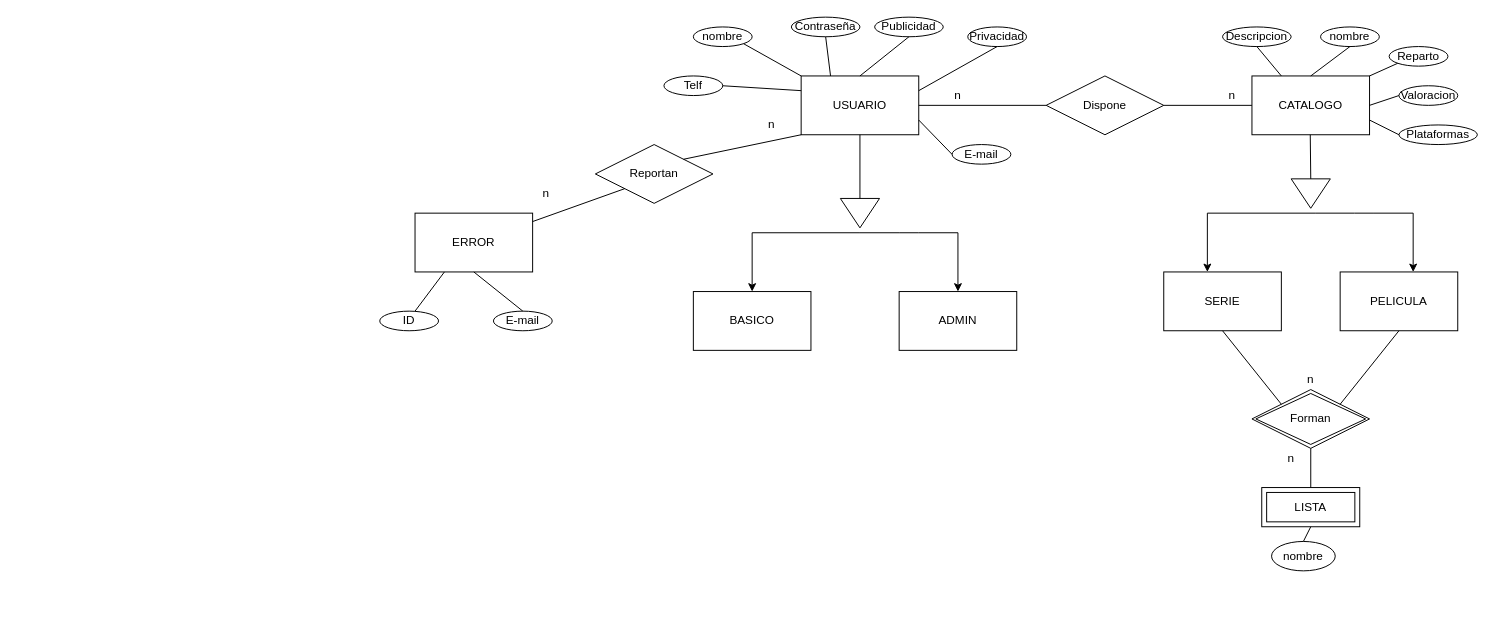
Before: BBDD/SF&Hub.drawio in Jorge-Pomo/S-F-Hub, a draw.io diagram. Source tidied: cells renumbered, new cells numbered last; positions are measured from the earlier drawing's top-left corner, leaving out a move shared by most shapes. Both pictures are drawn from the tidied source at 98%, with x=0, y=0 at pixel (379, 17).
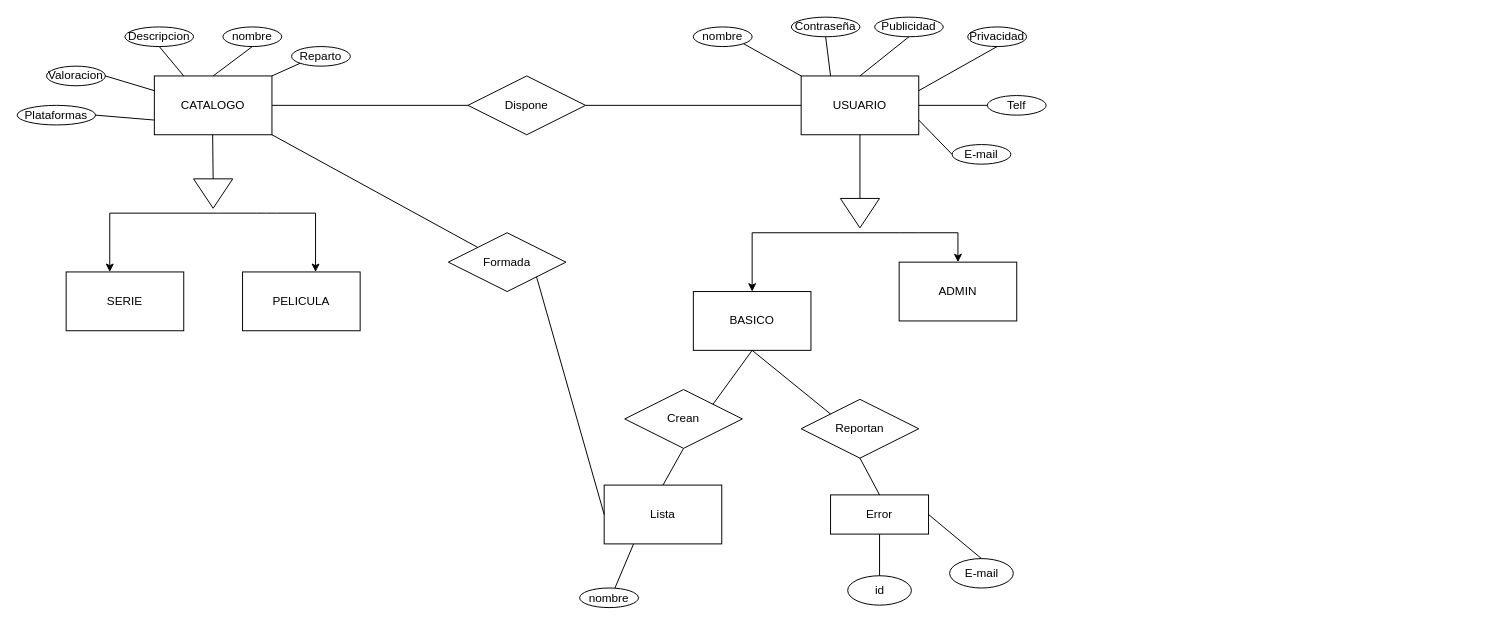
The same page after the edit.

Unchanged cells that the change refers to:
```xml
<mxCell id="2" value="USUARIO" style="rounded=0;whiteSpace=wrap;html=1;" parent="1" vertex="1">
  <mxGeometry x="430" y="60" width="120" height="60" as="geometry" />
</mxCell>
<mxCell id="30" value="BASICO" style="rounded=0;whiteSpace=wrap;html=1;" parent="1" vertex="1">
  <mxGeometry x="320" y="280" width="120" height="60" as="geometry" />
</mxCell>
```

The edit, as a diff of the source:
```diff
@@
     <mxCell id="6" value="CATALOGO" style="rounded=0;whiteSpace=wrap;html=1;" parent="1" vertex="1">
-      <mxGeometry x="890" y="60" width="120" height="60" as="geometry" />
+      <mxGeometry x="-230" y="60" width="120" height="60" as="geometry" />
     </mxCell>
-    <mxCell id="7" value="ERROR" style="rounded=0;whiteSpace=wrap;html=1;" parent="1" vertex="1">
-      <mxGeometry x="36" y="200" width="120" height="60" as="geometry" />
+    <mxCell id="7" value="Lista" style="rounded=0;whiteSpace=wrap;html=1;" parent="1" vertex="1">
+      <mxGeometry x="229" y="477.5" width="120" height="60" as="geometry" />
     </mxCell>
     <mxCell id="8" value="Plataformas" style="ellipse;whiteSpace=wrap;html=1;" parent="1" vertex="1">
-      <mxGeometry x="1040" y="110" width="80" height="20" as="geometry" />
+      <mxGeometry x="-370" y="90" width="80" height="20" as="geometry" />
     </mxCell>
     <mxCell id="9" value="Valoracion" style="ellipse;whiteSpace=wrap;html=1;" parent="1" vertex="1">
-      <mxGeometry x="1040" y="70" width="60" height="20" as="geometry" />
+      <mxGeometry x="-340" y="50" width="60" height="20" as="geometry" />
     </mxCell>
     <mxCell id="10" value="Reparto" style="ellipse;whiteSpace=wrap;html=1;" parent="1" vertex="1">
-      <mxGeometry x="1030" y="30" width="60" height="20" as="geometry" />
+      <mxGeometry x="-90" y="30" width="60" height="20" as="geometry" />
     </mxCell>
     <mxCell id="11" value="nombre" style="ellipse;whiteSpace=wrap;html=1;" parent="1" vertex="1">
-      <mxGeometry x="960" y="10" width="60" height="20" as="geometry" />
+      <mxGeometry x="-160" y="10" width="60" height="20" as="geometry" />
     </mxCell>
     <mxCell id="12" value="Descripcion" style="ellipse;whiteSpace=wrap;html=1;" parent="1" vertex="1">
-      <mxGeometry x="860" y="10" width="70" height="20" as="geometry" />
+      <mxGeometry x="-260" y="10" width="70" height="20" as="geometry" />
     </mxCell>
-    <mxCell id="13" value="E-mail" style="ellipse;whiteSpace=wrap;html=1;" parent="1" vertex="1">
-      <mxGeometry x="116" y="300" width="60" height="20" as="geometry" />
-    </mxCell>
-    <mxCell id="14" value="ID" style="ellipse;whiteSpace=wrap;html=1;" parent="1" vertex="1">
-      <mxGeometry y="300" width="60" height="20" as="geometry" />
+    <mxCell id="14" value="nombre" style="ellipse;whiteSpace=wrap;html=1;" parent="1" vertex="1">
+      <mxGeometry x="204" y="582.5" width="60" height="20" as="geometry" />
     </mxCell>
@@
     <mxCell id="17" value="Telf" style="ellipse;whiteSpace=wrap;html=1;" parent="1" vertex="1">
-      <mxGeometry x="290" y="60" width="60" height="20" as="geometry" />
+      <mxGeometry x="620" y="80" width="60" height="20" as="geometry" />
     </mxCell>
@@
-    <mxCell id="20" style="endArrow=none;html=1;exitX=1;exitY=0.5;exitDx=0;exitDy=0;entryX=0;entryY=0.25;entryDx=0;entryDy=0;" parent="1" edge="1" source="17" target="2">
-      <mxGeometry relative="1" as="geometry" />
-    </mxCell>
@@
-    <mxCell id="24" style="endArrow=none;html=1;exitX=0;exitY=0.5;exitDx=0;exitDy=0;entryX=1;entryY=0.75;entryDx=0;entryDy=0;" parent="1" edge="1" source="8" target="6">
-      <mxGeometry relative="1" as="geometry" />
-    </mxCell>
-    <mxCell id="25" style="endArrow=none;html=1;exitX=0;exitY=0.5;exitDx=0;exitDy=0;entryX=1;entryY=0.5;entryDx=0;entryDy=0;" parent="1" edge="1" source="9" target="6">
-      <mxGeometry relative="1" as="geometry" />
-    </mxCell>
@@
-    <mxCell id="28" style="endArrow=none;html=1;exitX=0.5;exitY=0;exitDx=0;exitDy=0;entryX=0.5;entryY=1;entryDx=0;entryDy=0;" parent="1" edge="1" source="13" target="7">
-      <mxGeometry relative="1" as="geometry" />
-    </mxCell>
     <mxCell id="29" style="endArrow=none;html=1;exitX=0.5;exitY=0;exitDx=0;exitDy=0;entryX=0.25;entryY=1;entryDx=0;entryDy=0;" parent="1" edge="1" target="7">
       <mxGeometry relative="1" as="geometry">
-        <mxPoint x="36" y="300" as="sourcePoint" />
+        <mxPoint x="240" y="582.5" as="sourcePoint" />
       </mxGeometry>
     </mxCell>
@@
     <mxCell id="31" value="ADMIN" style="rounded=0;whiteSpace=wrap;html=1;" parent="1" vertex="1">
-      <mxGeometry x="530" y="280" width="120" height="60" as="geometry" />
+      <mxGeometry x="530" y="250" width="120" height="60" as="geometry" />
     </mxCell>
@@
     <mxCell id="38" value="SERIE" style="rounded=0;whiteSpace=wrap;html=1;" parent="1" vertex="1">
-      <mxGeometry x="800" y="260" width="120" height="60" as="geometry" />
+      <mxGeometry x="-320" y="260" width="120" height="60" as="geometry" />
     </mxCell>
     <mxCell id="39" value="PELICULA" style="rounded=0;whiteSpace=wrap;html=1;" parent="1" vertex="1">
-      <mxGeometry x="980" y="260" width="120" height="60" as="geometry" />
+      <mxGeometry x="-140" y="260" width="120" height="60" as="geometry" />
     </mxCell>
     <mxCell id="40" style="endArrow=classic;html=1;entryX=0.5;entryY=0;entryDx=0;entryDy=0;" parent="1" edge="1">
       <mxGeometry relative="1" as="geometry">
-        <mxPoint x="1054.5" y="200" as="sourcePoint" />
-        <mxPoint x="1054.5" y="260" as="targetPoint" />
+        <mxPoint x="-65.5" y="200" as="sourcePoint" />
+        <mxPoint x="-65.5" y="260" as="targetPoint" />
       </mxGeometry>
     </mxCell>
     <mxCell id="41" style="endArrow=classic;html=1;entryX=0.5;entryY=0;entryDx=0;entryDy=0;" parent="1" edge="1">
       <mxGeometry relative="1" as="geometry">
-        <mxPoint x="844.5" y="200" as="sourcePoint" />
-        <mxPoint x="844.5" y="260" as="targetPoint" />
+        <mxPoint x="-275.5" y="200" as="sourcePoint" />
+        <mxPoint x="-275.5" y="260" as="targetPoint" />
       </mxGeometry>
     </mxCell>
     <mxCell id="42" style="endArrow=none;html=1;" parent="1" edge="1">
       <mxGeometry relative="1" as="geometry">
-        <mxPoint x="844.5" y="200" as="sourcePoint" />
-        <mxPoint x="954.5" y="200" as="targetPoint" />
+        <mxPoint x="-275.5" y="200" as="sourcePoint" />
+        <mxPoint x="-165.5" y="200" as="targetPoint" />
       </mxGeometry>
     </mxCell>
     <mxCell id="43" style="endArrow=none;html=1;" parent="1" edge="1">
       <mxGeometry relative="1" as="geometry">
-        <mxPoint x="954.5" y="200" as="sourcePoint" />
-        <mxPoint x="1054.5" y="200" as="targetPoint" />
+        <mxPoint x="-165.5" y="200" as="sourcePoint" />
+        <mxPoint x="-65.5" y="200" as="targetPoint" />
         <Array as="points">
-          <mxPoint x="1004.5" y="200" />
+          <mxPoint x="-115.5" y="200" />
         </Array>
       </mxGeometry>
     </mxCell>
     <mxCell id="44" style="triangle;whiteSpace=wrap;html=1;rotation=90;" parent="1" vertex="1">
-      <mxGeometry x="935" y="160" width="30" height="40" as="geometry" />
+      <mxGeometry x="-185" y="160" width="30" height="40" as="geometry" />
     </mxCell>
     <mxCell id="45" style="endArrow=none;html=1;exitX=0.5;exitY=1;exitDx=0;exitDy=0;entryX=0;entryY=0.5;entryDx=0;entryDy=0;" parent="1" edge="1" target="44">
       <mxGeometry relative="1" as="geometry">
-        <mxPoint x="949.5" y="120" as="sourcePoint" />
+        <mxPoint x="-170.5" y="120" as="sourcePoint" />
       </mxGeometry>
     </mxCell>
-    <mxCell id="46" value="LISTA" style="shape=ext;margin=3;double=1;whiteSpace=wrap;html=1;align=center;" parent="1" vertex="1">
-      <mxGeometry x="900" y="480" width="100" height="40" as="geometry" />
-    </mxCell>
-    <mxCell id="47" value="nombre" style="ellipse;whiteSpace=wrap;html=1;align=center;" parent="1" vertex="1">
-      <mxGeometry x="910" y="535" width="65" height="30" as="geometry" />
+    <mxCell id="47" value="id" style="ellipse;whiteSpace=wrap;html=1;align=center;" parent="1" vertex="1">
+      <mxGeometry x="477.5" y="570" width="65" height="30" as="geometry" />
     </mxCell>
-    <mxCell id="48" value="Forman" style="shape=rhombus;double=1;perimeter=rhombusPerimeter;whiteSpace=wrap;html=1;align=center;" parent="1" vertex="1">
-      <mxGeometry x="890" y="380" width="120" height="60" as="geometry" />
-    </mxCell>
-    <mxCell id="49" style="endArrow=none;html=1;exitX=0.5;exitY=0;exitDx=0;exitDy=0;entryX=0.5;entryY=1;entryDx=0;entryDy=0;" parent="1" edge="1" source="47" target="46">
-      <mxGeometry relative="1" as="geometry" />
+    <mxCell id="49" style="endArrow=none;html=1;exitX=0.5;exitY=0;exitDx=0;exitDy=0;entryX=0.5;entryY=1;entryDx=0;entryDy=0;" parent="1" edge="1" source="47">
+      <mxGeometry relative="1" as="geometry">
+        <mxPoint x="510" y="527.5" as="targetPoint" />
+      </mxGeometry>
     </mxCell>
-    <mxCell id="50" style="endArrow=none;html=1;entryX=0.5;entryY=1;entryDx=0;entryDy=0;" parent="1" edge="1" source="46" target="48">
-      <mxGeometry relative="1" as="geometry" />
-    </mxCell>
-    <mxCell id="51" style="endArrow=none;html=1;exitX=0.5;exitY=1;exitDx=0;exitDy=0;entryX=1;entryY=0;entryDx=0;entryDy=0;" parent="1" edge="1" source="39" target="48">
-      <mxGeometry relative="1" as="geometry" />
-    </mxCell>
-    <mxCell id="52" style="endArrow=none;html=1;exitX=0.5;exitY=1;exitDx=0;exitDy=0;entryX=0;entryY=0;entryDx=0;entryDy=0;" parent="1" edge="1" source="38" target="48">
-      <mxGeometry relative="1" as="geometry" />
-    </mxCell>
@@
-    <mxCell id="55" value="Reportan" style="shape=rhombus;perimeter=rhombusPerimeter;whiteSpace=wrap;html=1;align=center;" parent="1" vertex="1">
-      <mxGeometry x="220" y="130" width="120" height="60" as="geometry" />
+    <mxCell id="55" value="Crean" style="shape=rhombus;perimeter=rhombusPerimeter;whiteSpace=wrap;html=1;align=center;" parent="1" vertex="1">
+      <mxGeometry x="250" y="380" width="120" height="60" as="geometry" />
     </mxCell>
     <mxCell id="56" value="Dispone" style="shape=rhombus;perimeter=rhombusPerimeter;whiteSpace=wrap;html=1;align=center;" parent="1" vertex="1">
-      <mxGeometry x="680" y="60" width="120" height="60" as="geometry" />
+      <mxGeometry x="90" y="60" width="120" height="60" as="geometry" />
     </mxCell>
-    <mxCell id="57" style="endArrow=none;html=1;exitX=0;exitY=1;exitDx=0;exitDy=0;entryX=1;entryY=0;entryDx=0;entryDy=0;" parent="1" edge="1" source="2" target="55">
-      <mxGeometry relative="1" as="geometry" />
-    </mxCell>
+    <mxCell id="60" style="endArrow=none;html=1;entryX=0.5;entryY=0;entryDx=0;entryDy=0;exitX=0.5;exitY=1;exitDx=0;exitDy=0;" parent="1" edge="1" source="55" target="7">
+      <mxGeometry relative="1" as="geometry" />
+    </mxCell>
+    <mxCell id="67" style="endArrow=none;html=1;exitX=0.5;exitY=1;exitDx=0;exitDy=0;entryX=1;entryY=0;entryDx=0;entryDy=0;" parent="1" edge="1" source="30" target="55">
+      <mxGeometry relative="1" as="geometry" />
+    </mxCell>
+    <mxCell id="68" value="Reportan" style="shape=rhombus;perimeter=rhombusPerimeter;whiteSpace=wrap;html=1;align=center;" parent="1" vertex="1">
+      <mxGeometry x="430" y="390" width="120" height="60" as="geometry" />
+    </mxCell>
+    <mxCell id="69" value="Error" style="whiteSpace=wrap;html=1;align=center;" parent="1" vertex="1">
+      <mxGeometry x="460" y="487.5" width="100" height="40" as="geometry" />
+    </mxCell>
+    <mxCell id="70" style="endArrow=none;html=1;exitX=0.5;exitY=1;exitDx=0;exitDy=0;entryX=0.5;entryY=0;entryDx=0;entryDy=0;" parent="1" edge="1" source="68" target="69">
+      <mxGeometry relative="1" as="geometry" />
+    </mxCell>
+    <mxCell id="71" style="endArrow=none;html=1;exitX=0.5;exitY=1;exitDx=0;exitDy=0;entryX=0;entryY=0;entryDx=0;entryDy=0;" parent="1" edge="1" source="30" target="68">
+      <mxGeometry relative="1" as="geometry" />
+    </mxCell>
+    <mxCell id="72" value="Formada" style="shape=rhombus;perimeter=rhombusPerimeter;whiteSpace=wrap;html=1;align=center;" parent="1" vertex="1">
+      <mxGeometry x="70" y="220" width="120" height="60" as="geometry" />
+    </mxCell>
+    <mxCell id="73" style="endArrow=none;html=1;exitX=1;exitY=0.5;exitDx=0;exitDy=0;entryX=1;entryY=0.25;entryDx=0;entryDy=0;" parent="1" edge="1" source="9">
+      <mxGeometry relative="1" as="geometry">
+        <mxPoint x="-230" y="75" as="targetPoint" />
+      </mxGeometry>
+    </mxCell>
+    <mxCell id="24" style="endArrow=none;html=1;exitX=1;exitY=0.5;exitDx=0;exitDy=0;entryX=0;entryY=0.75;entryDx=0;entryDy=0;" parent="1" edge="1" source="8" target="6">
+      <mxGeometry relative="1" as="geometry" />
+    </mxCell>
+    <mxCell id="20" style="endArrow=none;html=1;entryX=1;entryY=0.5;entryDx=0;entryDy=0;exitX=0;exitY=0.5;exitDx=0;exitDy=0;" parent="1" edge="1" source="17" target="2">
+      <mxGeometry relative="1" as="geometry" />
+    </mxCell>
+    <mxCell id="74" style="endArrow=none;html=1;exitX=1;exitY=0.5;exitDx=0;exitDy=0;entryX=0;entryY=0.5;entryDx=0;entryDy=0;" parent="1" edge="1" source="56" target="2">
+      <mxGeometry relative="1" as="geometry" />
+    </mxCell>
-    <mxCell id="58" style="endArrow=none;html=1;exitX=0;exitY=0.5;exitDx=0;exitDy=0;entryX=1;entryY=0.5;entryDx=0;entryDy=0;" parent="1" edge="1" source="6" target="56">
+    <mxCell id="58" style="endArrow=none;html=1;exitX=1;exitY=0.5;exitDx=0;exitDy=0;entryX=0;entryY=0.5;entryDx=0;entryDy=0;" parent="1" edge="1" source="6" target="56">
       <mxGeometry relative="1" as="geometry" />
     </mxCell>
-    <mxCell id="59" style="endArrow=none;html=1;exitX=1;exitY=0.5;exitDx=0;exitDy=0;entryX=0;entryY=0.5;entryDx=0;entryDy=0;" parent="1" edge="1" source="2" target="56">
-      <mxGeometry relative="1" as="geometry" />
-    </mxCell>
-    <mxCell id="60" style="endArrow=none;html=1;exitX=0;exitY=1;exitDx=0;exitDy=0;" parent="1" edge="1" source="55" target="7">
-      <mxGeometry relative="1" as="geometry" />
-    </mxCell>
-    <mxCell id="61" value="n" style="text;html=1;strokeColor=none;fillColor=none;align=center;verticalAlign=middle;whiteSpace=wrap;rounded=0;" parent="1" vertex="1">
-      <mxGeometry x="910" y="440" width="40" height="20" as="geometry" />
-    </mxCell>
-    <mxCell id="62" value="n" style="text;html=1;strokeColor=none;fillColor=none;align=center;verticalAlign=middle;whiteSpace=wrap;rounded=0;" parent="1" vertex="1">
-      <mxGeometry x="930" y="360" width="40" height="20" as="geometry" />
-    </mxCell>
-    <mxCell id="63" value="n" style="text;html=1;strokeColor=none;fillColor=none;align=center;verticalAlign=middle;whiteSpace=wrap;rounded=0;" parent="1" vertex="1">
-      <mxGeometry x="850" y="70" width="40" height="20" as="geometry" />
-    </mxCell>
-    <mxCell id="64" value="n" style="text;html=1;strokeColor=none;fillColor=none;align=center;verticalAlign=middle;whiteSpace=wrap;rounded=0;" parent="1" vertex="1">
-      <mxGeometry x="570" y="70" width="40" height="20" as="geometry" />
-    </mxCell>
-    <mxCell id="65" value="n" style="text;html=1;strokeColor=none;fillColor=none;align=center;verticalAlign=middle;whiteSpace=wrap;rounded=0;" parent="1" vertex="1">
-      <mxGeometry x="380" y="100" width="40" height="20" as="geometry" />
-    </mxCell>
-    <mxCell id="66" value="n" style="text;html=1;strokeColor=none;fillColor=none;align=center;verticalAlign=middle;whiteSpace=wrap;rounded=0;" parent="1" vertex="1">
-      <mxGeometry x="150" y="170" width="40" height="20" as="geometry" />
-    </mxCell>
+    <mxCell id="13" value="E-mail" style="ellipse;whiteSpace=wrap;html=1;align=center;" parent="1" vertex="1">
+      <mxGeometry x="581.5" y="552.5" width="65" height="30" as="geometry" />
+    </mxCell>
+    <mxCell id="75" style="endArrow=none;html=1;exitX=0.5;exitY=0;exitDx=0;exitDy=0;entryX=1;entryY=0.5;entryDx=0;entryDy=0;" parent="1" edge="1" source="13" target="69">
+      <mxGeometry relative="1" as="geometry" />
+    </mxCell>
+    <mxCell id="76" style="endArrow=none;html=1;entryX=0;entryY=0;entryDx=0;entryDy=0;exitX=1;exitY=1;exitDx=0;exitDy=0;" parent="1" edge="1" source="6" target="72">
+      <mxGeometry relative="1" as="geometry" />
+    </mxCell>
+    <mxCell id="77" style="endArrow=none;html=1;exitX=0;exitY=0.5;exitDx=0;exitDy=0;entryX=1;entryY=1;entryDx=0;entryDy=0;" parent="1" edge="1" source="7" target="72">
+      <mxGeometry relative="1" as="geometry" />
+    </mxCell>
```
